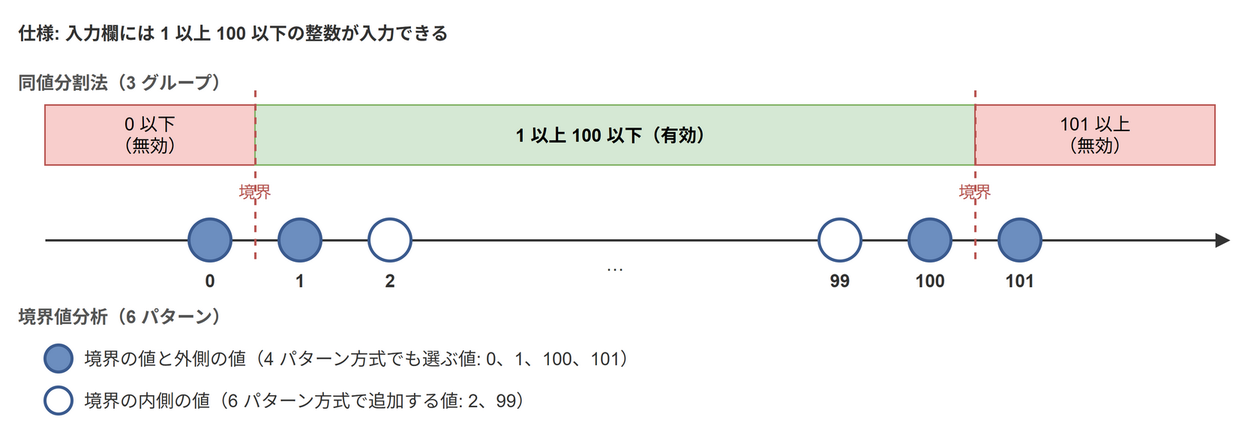
This is images/articles/test-black-white-box/equivalence-boundary.drawio.png from aew2sbee/zenn, a draw.io export, as it was before one commit. Source tidied: cells renumbered, new cells last; positions are measured from the earlier drawing's top-left corner, leaving out a move shared by most shapes.
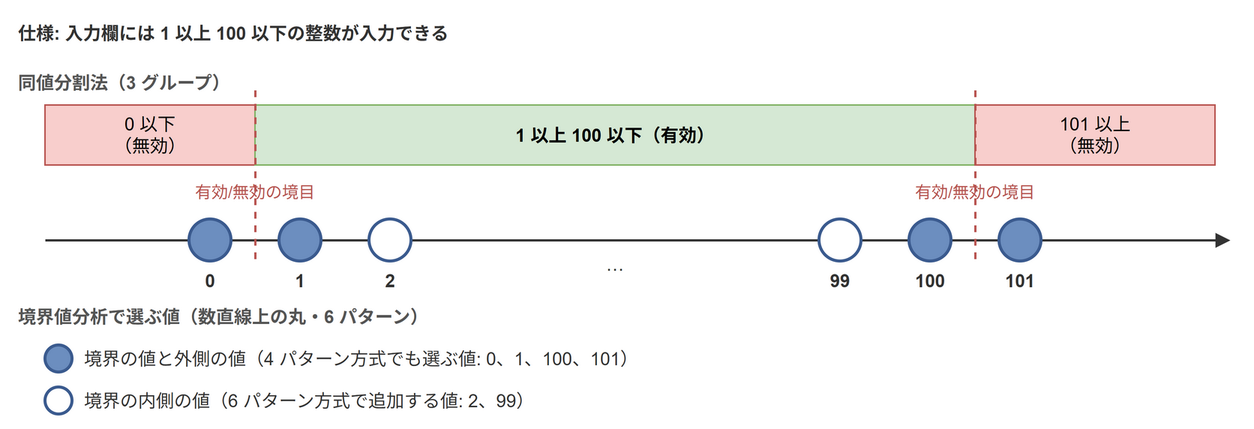
The same diagram one commit later.

Commit message:
docs: ブラックボックステストの図の表記をレビュー指摘に合わせて修正

What changed in the source:
```diff
@@ -71,16 +71,16 @@
         <mxPoint x="640" y="165" as="targetPoint" />
       </mxGeometry>
     </mxCell>
-    <mxCell id="16" value="境界" style="text;html=1;whiteSpace=wrap;align=center;verticalAlign=middle;fontSize=11;fontColor=#b85450;" parent="1" vertex="1">
+    <mxCell id="16" value="有効/無効の境目" style="text;html=1;whiteSpace=wrap;align=center;verticalAlign=middle;fontSize=11;fontColor=#b85450;" parent="1" vertex="1">
       <mxGeometry x="100" y="108" width="120" height="20" as="geometry" />
     </mxCell>
-    <mxCell id="17" value="境界" style="text;html=1;whiteSpace=wrap;align=center;verticalAlign=middle;fontSize=11;fontColor=#b85450;" parent="1" vertex="1">
+    <mxCell id="17" value="有効/無効の境目" style="text;html=1;whiteSpace=wrap;align=center;verticalAlign=middle;fontSize=11;fontColor=#b85450;" parent="1" vertex="1">
       <mxGeometry x="580" y="108" width="120" height="20" as="geometry" />
     </mxCell>
     <mxCell id="18" value="…" style="text;html=1;whiteSpace=wrap;align=center;verticalAlign=middle;fontSize=12;fontColor=#333333;" parent="1" vertex="1">
       <mxGeometry x="370" y="154" width="60" height="24" as="geometry" />
     </mxCell>
-    <mxCell id="19" value="境界値分析（6 パターン）" style="text;html=1;whiteSpace=wrap;align=left;verticalAlign=middle;fontSize=12;fontColor=#555555;fontStyle=1;" parent="1" vertex="1">
+    <mxCell id="19" value="境界値分析で選ぶ値（数直線上の丸・6 パターン）" style="text;html=1;whiteSpace=wrap;align=left;verticalAlign=middle;fontSize=12;fontColor=#555555;fontStyle=1;" parent="1" vertex="1">
       <mxGeometry y="190" width="300" height="22" as="geometry" />
     </mxCell>
     <mxCell id="20" style="rounded=1;whiteSpace=wrap;html=1;fontSize=13;fillColor=#6c8ebf;strokeColor=#3b5b8f;ellipse;strokeWidth=2;" parent="1" vertex="1">
```
